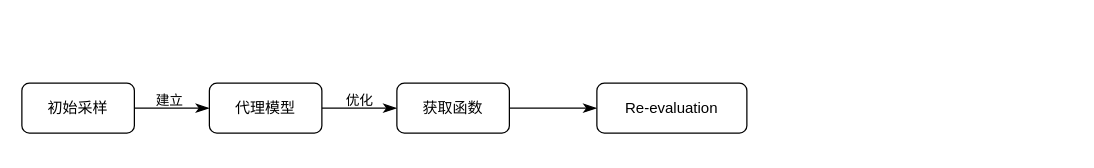
Above: 流程图.drawio in GushanFall/draw.io (draw.io), before the change. Source tidied: cells renumbered, new cells numbered last; positions are measured from the earlier drawing's top-left corner, leaving out a move shared by most shapes. Both pictures are drawn from the tidied source at 125%, with x=0, y=0 at pixel (21, 82).
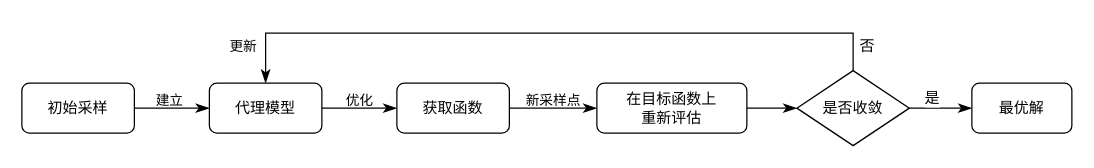
The same page after the edit.

Commit message (it also covers changes not shown here):
更新流程图.drawio

Unchanged cells that the change refers to:
```xml
<mxCell id="7" value="代理模型" style="rounded=1;whiteSpace=wrap;html=1;" parent="1" vertex="1">
  <mxGeometry x="150" width="90" height="40" as="geometry" />
</mxCell>
<mxCell id="8" style="edgeStyle=orthogonalEdgeStyle;rounded=0;jettySize=auto;html=1;shadow=0;strokeColor=#000000;strokeWidth=1;align=center;verticalAlign=middle;fontFamily=Helvetica;fontSize=11;fontColor=default;labelBackgroundColor=none;endArrow=classicThin;endFill=1;endSize=8;" parent="1" edge="1" source="9" target="10">
  <mxGeometry relative="1" as="geometry" />
</mxCell>
```

Diff of the diagram source:
```diff
@@
+    <mxCell id="11" value="新采样点" style="edgeLabel;html=1;align=center;verticalAlign=middle;fontFamily=Helvetica;fontSize=11;fontColor=default;labelBackgroundColor=none;" parent="8" vertex="1">
+      <mxGeometry x="-0.04" y="1" relative="1" as="geometry">
+        <mxPoint y="-6" as="offset" />
+      </mxGeometry>
+    </mxCell>
@@
+    <mxCell id="12" style="edgeStyle=orthogonalEdgeStyle;rounded=0;jettySize=auto;html=1;shadow=0;strokeColor=#000000;strokeWidth=1;align=center;verticalAlign=middle;fontFamily=Helvetica;fontSize=11;fontColor=default;labelBackgroundColor=none;endArrow=classicThin;endFill=1;endSize=8;" parent="1" edge="1" source="10" target="18">
+      <mxGeometry relative="1" as="geometry" />
+    </mxCell>
-    <mxCell id="10" value="Re-evaluation" style="whiteSpace=wrap;html=1;rounded=1;" parent="1" vertex="1">
+    <mxCell id="10" value="在目标函数上&lt;div&gt;重新评估&lt;/div&gt;" style="whiteSpace=wrap;html=1;rounded=1;" parent="1" vertex="1">
       <mxGeometry x="460" width="120" height="40" as="geometry" />
     </mxCell>
+    <mxCell id="13" style="edgeStyle=orthogonalEdgeStyle;rounded=0;jettySize=auto;html=1;exitX=0.5;exitY=0;exitDx=0;exitDy=0;entryX=0.5;entryY=0;entryDx=0;entryDy=0;shadow=0;strokeColor=#000000;strokeWidth=1;align=center;verticalAlign=middle;fontFamily=Helvetica;fontSize=11;fontColor=default;labelBackgroundColor=none;endArrow=classicThin;endFill=1;endSize=8;" parent="1" edge="1" source="18" target="7">
+      <mxGeometry relative="1" as="geometry">
+        <Array as="points">
+          <mxPoint x="665" y="-40" />
+          <mxPoint x="195" y="-40" />
+        </Array>
+      </mxGeometry>
+    </mxCell>
+    <mxCell id="14" value="更新" style="edgeLabel;html=1;align=center;verticalAlign=middle;fontFamily=Helvetica;fontSize=11;fontColor=default;labelBackgroundColor=none;" parent="13" vertex="1">
+      <mxGeometry x="-0.08" y="-3" relative="1" as="geometry">
+        <mxPoint x="-271" y="13" as="offset" />
+      </mxGeometry>
+    </mxCell>
+    <mxCell id="15" value="否" style="edgeLabel;html=1;align=center;verticalAlign=middle;rounded=1;strokeColor=default;fontFamily=Helvetica;fontSize=12;fontColor=default;fillColor=default;" parent="13" vertex="1">
+      <mxGeometry x="-0.95" y="-1" relative="1" as="geometry">
+        <mxPoint x="9" y="-6" as="offset" />
+      </mxGeometry>
+    </mxCell>
+    <mxCell id="16" style="edgeStyle=orthogonalEdgeStyle;rounded=0;jettySize=auto;html=1;shadow=0;strokeColor=#000000;strokeWidth=1;align=center;verticalAlign=middle;fontFamily=Helvetica;fontSize=12;fontColor=default;labelBackgroundColor=none;endArrow=classicThin;endFill=1;endSize=8;" parent="1" edge="1" source="18" target="19">
+      <mxGeometry relative="1" as="geometry" />
+    </mxCell>
+    <mxCell id="17" value="是" style="edgeLabel;html=1;align=center;verticalAlign=middle;rounded=1;strokeColor=default;fontFamily=Helvetica;fontSize=12;fontColor=default;fillColor=default;" parent="16" vertex="1">
+      <mxGeometry x="-0.32" y="2" relative="1" as="geometry">
+        <mxPoint y="-7" as="offset" />
+      </mxGeometry>
+    </mxCell>
+    <mxCell id="18" value="是否收敛" style="rhombus;whiteSpace=wrap;html=1;rounded=0;" parent="1" vertex="1">
+      <mxGeometry x="620" y="-10" width="90" height="60" as="geometry" />
+    </mxCell>
+    <mxCell id="19" value="最优解" style="whiteSpace=wrap;html=1;rounded=1;" parent="1" vertex="1">
+      <mxGeometry x="760" width="80" height="40" as="geometry" />
+    </mxCell>
```
